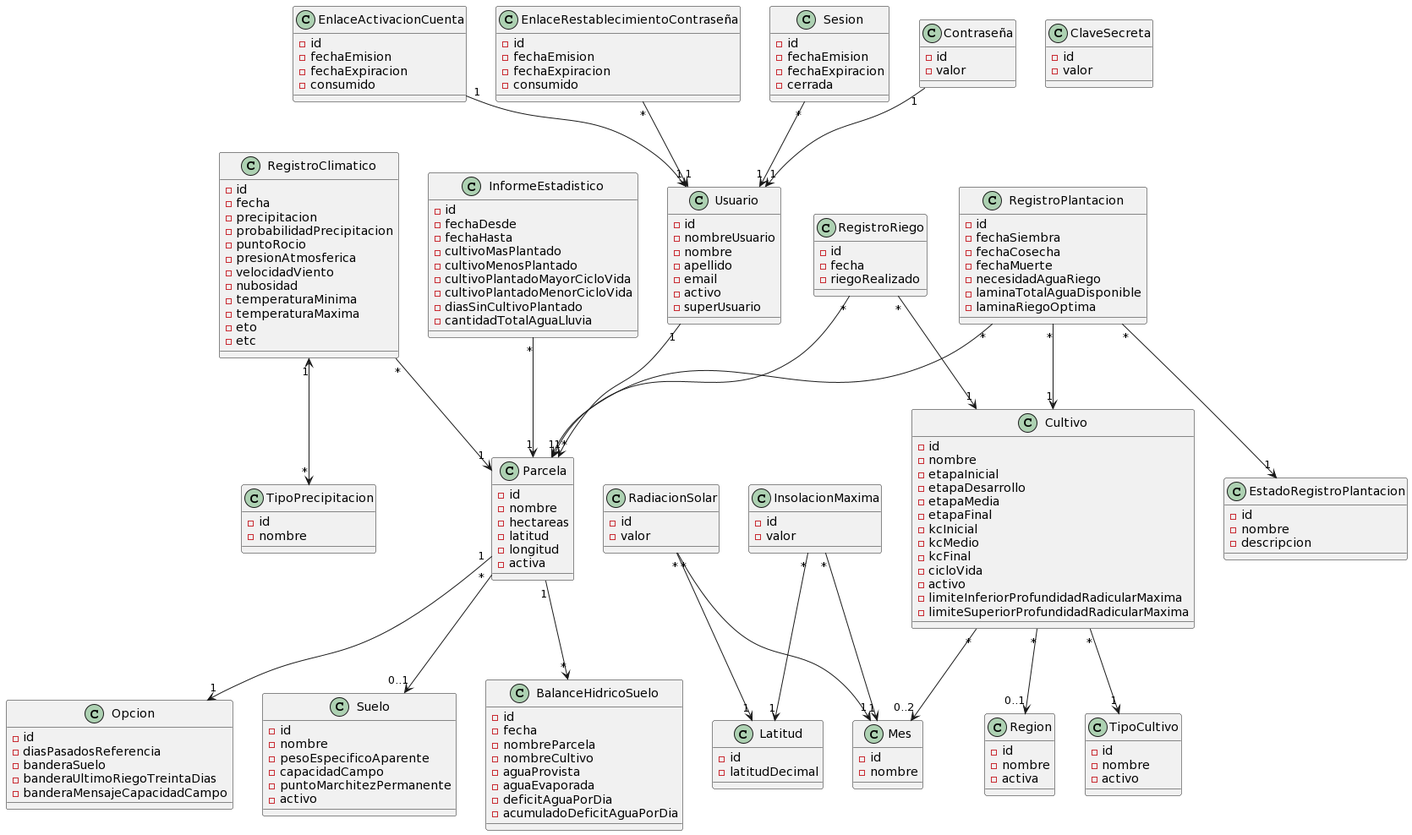
The PlantUML diagram docs/domain model/Modelo de dominio.png in facundopaez-dev/sistema-web-riego, before a commit.
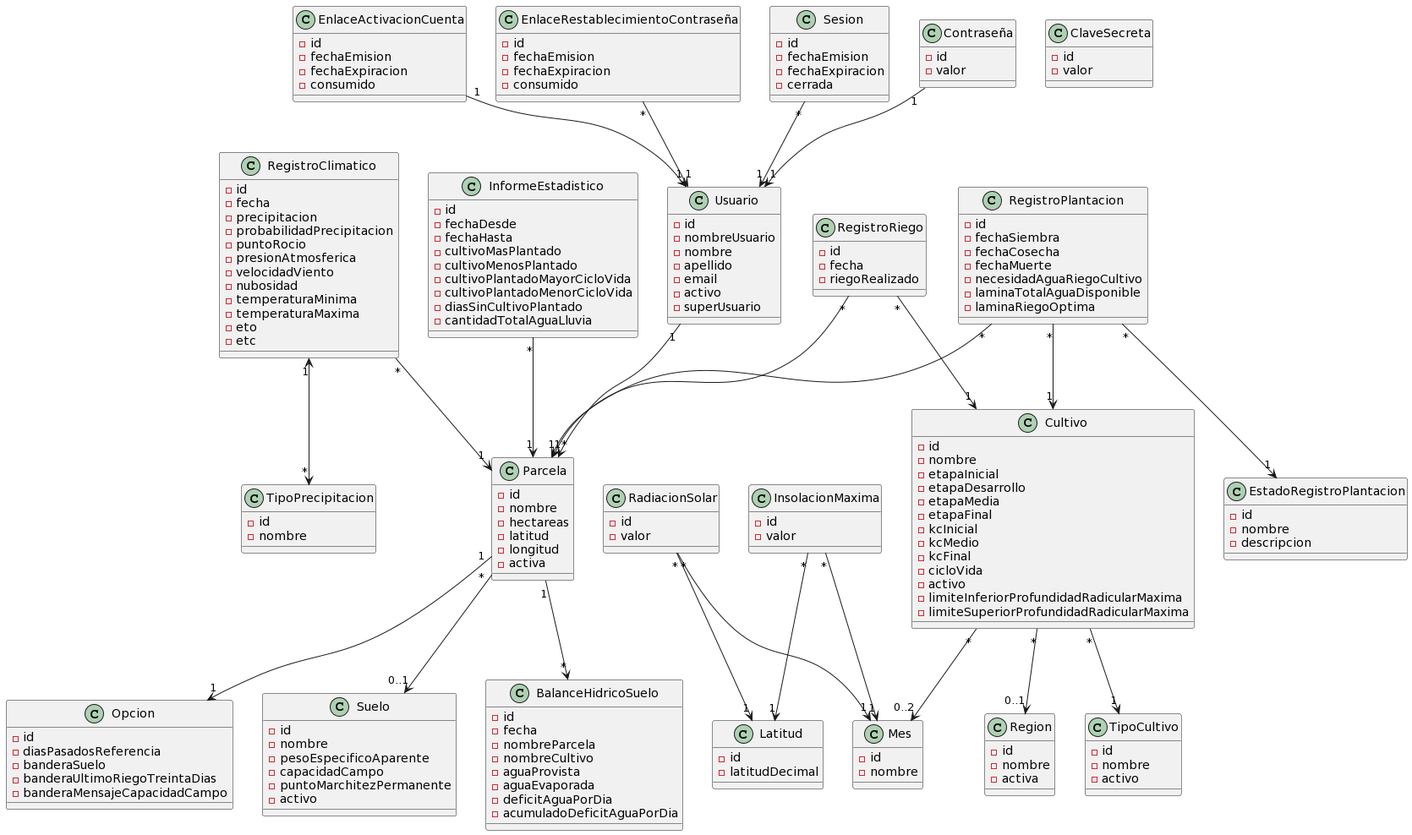
The same diagram one commit later.

Change to the diagram source:
```diff
@@ -97,7 +97,7 @@
 -fechaSiembra
 -fechaCosecha
 -fechaMuerte
--necesidadAguaRiego
+-necesidadAguaRiegoCultivo
 -laminaTotalAguaDisponible
 -laminaRiegoOptima
 }
```
